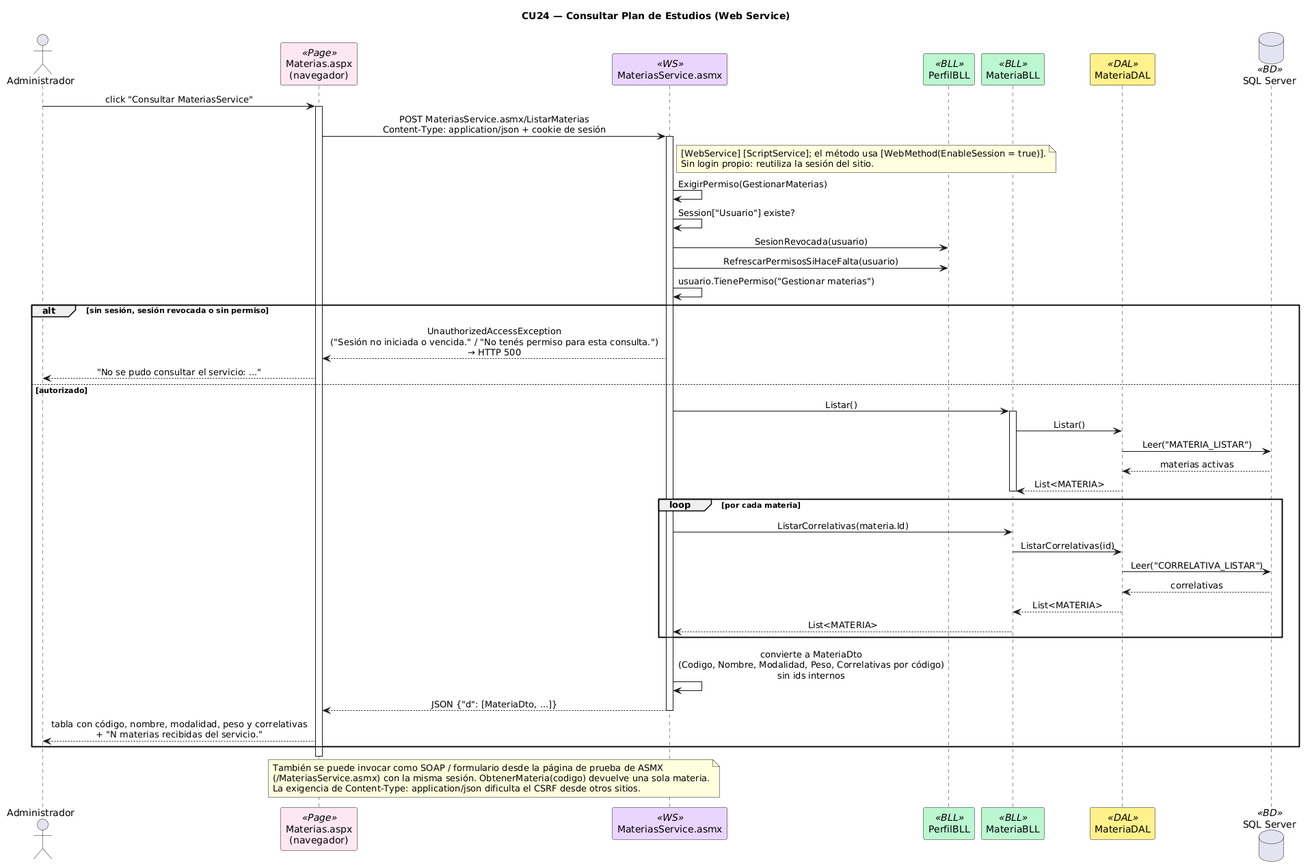
Earlier version of the PlantUML export DIAGRAMAS/Secuencia_CU24_ConsultarPlanWebService.png (Urrels/tpDYAWeb). Its diagram source:
```plantuml
@startuml
title CU24 — Consultar Plan de Estudios (Web Service)
skinparam sequenceMessageAlign center
skinparam shadowing false
skinparam sequenceParticipant {
    BackgroundColor<<Page>> #FCE7F3
    BackgroundColor<<WS>> #E9D5FF
    BackgroundColor<<BLL>> #BBF7D0
    BackgroundColor<<DAL>> #FEF08A
    BackgroundColor<<BD>> #DBEAFE
}

actor Administrador as ADM
participant "Materias.aspx\n(navegador)" as PAGE <<Page>>
participant "MateriasService.asmx" as WS <<WS>>
participant "PerfilBLL" as PBLL <<BLL>>
participant "MateriaBLL" as BLL <<BLL>>
participant "MateriaDAL" as DAL <<DAL>>
database "SQL Server" as DB <<BD>>

ADM -> PAGE : click "Consultar MateriasService"
activate PAGE
PAGE -> WS : POST MateriasService.asmx/ListarMaterias\nContent-Type: application/json + cookie de sesión
activate WS
note right of WS
  [WebService] [ScriptService]; el método usa [WebMethod(EnableSession = true)].
  Sin login propio: reutiliza la sesión del sitio.
end note

WS -> WS : ExigirPermiso(GestionarMaterias)
WS -> WS : Session["Usuario"] existe?
WS -> PBLL : SesionRevocada(usuario)
WS -> PBLL : RefrescarPermisosSiHaceFalta(usuario)
WS -> WS : usuario.TienePermiso("Gestionar materias")

alt sin sesión, sesión revocada o sin permiso
  WS --> PAGE : UnauthorizedAccessException\n("Sesión no iniciada o vencida." / "No tenés permiso para esta consulta.")\n→ HTTP 500
  PAGE --> ADM : "No se pudo consultar el servicio: ..."
else autorizado
  WS -> BLL : Listar()
  activate BLL
  BLL -> DAL : Listar()
  DAL -> DB : Leer("MATERIA_LISTAR")
  DB --> DAL : materias activas
  DAL --> BLL : List<MATERIA>
  deactivate BLL
  loop por cada materia
    WS -> BLL : ListarCorrelativas(materia.Id)
    BLL -> DAL : ListarCorrelativas(id)
    DAL -> DB : Leer("CORRELATIVA_LISTAR")
    DB --> DAL : correlativas
    DAL --> BLL : List<MATERIA>
    BLL --> WS : List<MATERIA>
  end
  WS -> WS : convierte a MateriaDto\n(Codigo, Nombre, Modalidad, Peso, Correlativas por código)\nsin ids internos
  WS --> PAGE : JSON {"d": [MateriaDto, ...]}
  deactivate WS
  PAGE --> ADM : tabla con código, nombre, modalidad, peso y correlativas\n+ "N materias recibidas del servicio."
end
deactivate PAGE

note over PAGE, WS
  También se puede invocar como SOAP / formulario desde la página de prueba de ASMX
  (/MateriasService.asmx) con la misma sesión. ObtenerMateria(codigo) devuelve una sola materia.
  La exigencia de Content-Type: application/json dificulta el CSRF desde otros sitios.
end note
@enduml
```
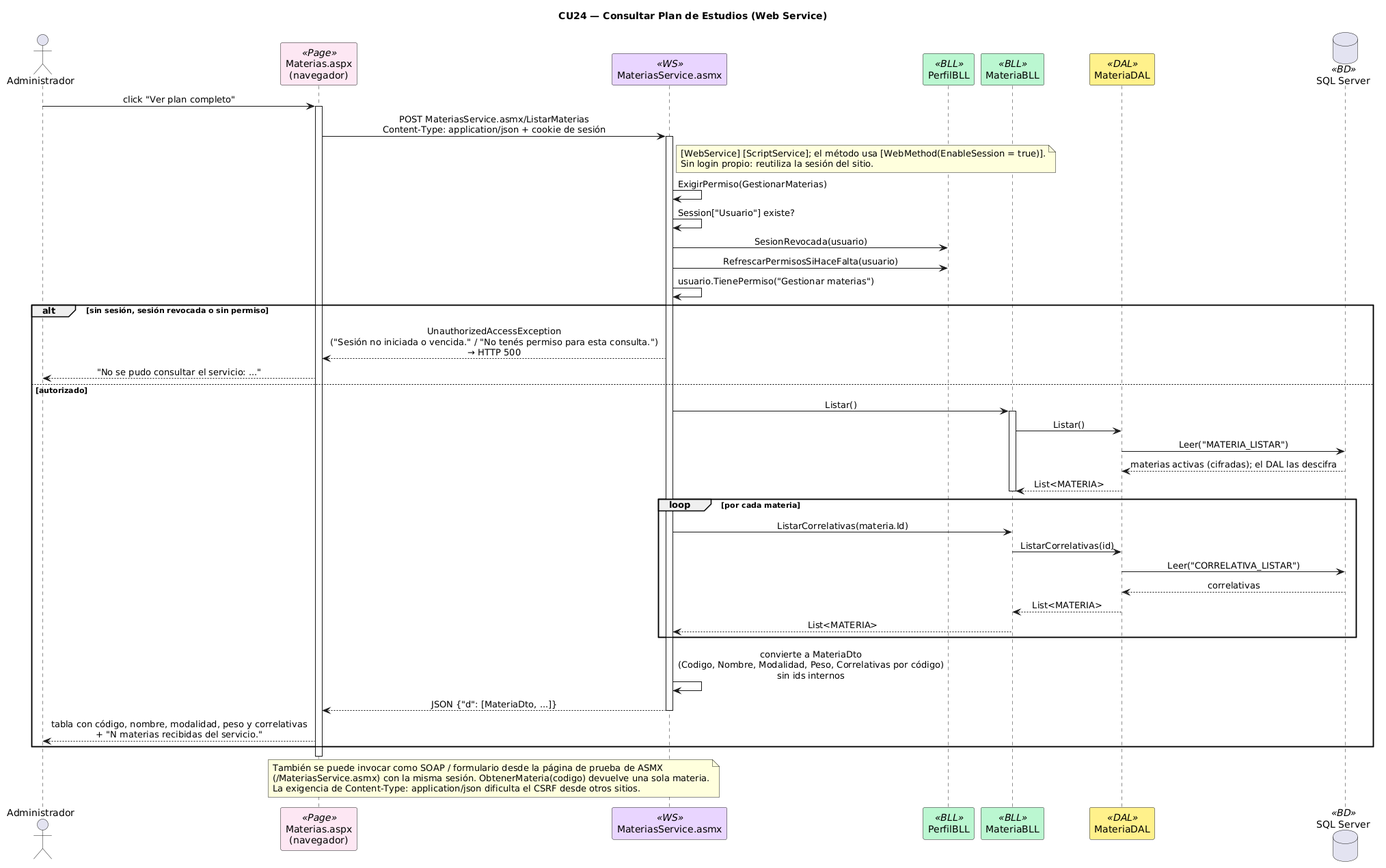
Later version of the same file.

The edit, as a diff of the source:
```diff
@@ -3,13 +3,12 @@
 skinparam sequenceMessageAlign center
 skinparam shadowing false
 skinparam sequenceParticipant {
-    BackgroundColor<<Page>> #FCE7F3
-    BackgroundColor<<WS>> #E9D5FF
-    BackgroundColor<<BLL>> #BBF7D0
-    BackgroundColor<<DAL>> #FEF08A
-    BackgroundColor<<BD>> #DBEAFE
+BackgroundColor<<Page>> #FCE7F3
+BackgroundColor<<WS>> #E9D5FF
+BackgroundColor<<BLL>> #BBF7D0
+BackgroundColor<<DAL>> #FEF08A
+BackgroundColor<<BD>> #DBEAFE
 }
-
 actor Administrador as ADM
 participant "Materias.aspx\n(navegador)" as PAGE <<Page>>
 participant "MateriasService.asmx" as WS <<WS>>
@@ -17,51 +16,47 @@
 participant "MateriaBLL" as BLL <<BLL>>
 participant "MateriaDAL" as DAL <<DAL>>
 database "SQL Server" as DB <<BD>>
-
-ADM -> PAGE : click "Consultar MateriasService"
+ADM -> PAGE : click "Ver plan completo"
 activate PAGE
 PAGE -> WS : POST MateriasService.asmx/ListarMaterias\nContent-Type: application/json + cookie de sesión
 activate WS
 note right of WS
-  [WebService] [ScriptService]; el método usa [WebMethod(EnableSession = true)].
-  Sin login propio: reutiliza la sesión del sitio.
+[WebService] [ScriptService]; el método usa [WebMethod(EnableSession = true)].
+Sin login propio: reutiliza la sesión del sitio.
 end note
-
 WS -> WS : ExigirPermiso(GestionarMaterias)
 WS -> WS : Session["Usuario"] existe?
 WS -> PBLL : SesionRevocada(usuario)
 WS -> PBLL : RefrescarPermisosSiHaceFalta(usuario)
 WS -> WS : usuario.TienePermiso("Gestionar materias")
-
 alt sin sesión, sesión revocada o sin permiso
-  WS --> PAGE : UnauthorizedAccessException\n("Sesión no iniciada o vencida." / "No tenés permiso para esta consulta.")\n→ HTTP 500
-  PAGE --> ADM : "No se pudo consultar el servicio: ..."
+WS --> PAGE : UnauthorizedAccessException\n("Sesión no iniciada o vencida." / "No tenés permiso para esta consulta.")\n→ HTTP 500
+PAGE --> ADM : "No se pudo consultar el servicio: ..."
 else autorizado
-  WS -> BLL : Listar()
-  activate BLL
-  BLL -> DAL : Listar()
-  DAL -> DB : Leer("MATERIA_LISTAR")
-  DB --> DAL : materias activas
-  DAL --> BLL : List<MATERIA>
-  deactivate BLL
-  loop por cada materia
-    WS -> BLL : ListarCorrelativas(materia.Id)
-    BLL -> DAL : ListarCorrelativas(id)
-    DAL -> DB : Leer("CORRELATIVA_LISTAR")
-    DB --> DAL : correlativas
-    DAL --> BLL : List<MATERIA>
-    BLL --> WS : List<MATERIA>
-  end
-  WS -> WS : convierte a MateriaDto\n(Codigo, Nombre, Modalidad, Peso, Correlativas por código)\nsin ids internos
-  WS --> PAGE : JSON {"d": [MateriaDto, ...]}
-  deactivate WS
-  PAGE --> ADM : tabla con código, nombre, modalidad, peso y correlativas\n+ "N materias recibidas del servicio."
+WS -> BLL : Listar()
+activate BLL
+BLL -> DAL : Listar()
+DAL -> DB : Leer("MATERIA_LISTAR")
+DB --> DAL : materias activas (cifradas); el DAL las descifra
+DAL --> BLL : List<MATERIA>
+deactivate BLL
+loop por cada materia
+WS -> BLL : ListarCorrelativas(materia.Id)
+BLL -> DAL : ListarCorrelativas(id)
+DAL -> DB : Leer("CORRELATIVA_LISTAR")
+DB --> DAL : correlativas
+DAL --> BLL : List<MATERIA>
+BLL --> WS : List<MATERIA>
+end
+WS -> WS : convierte a MateriaDto\n(Codigo, Nombre, Modalidad, Peso, Correlativas por código)\nsin ids internos
+WS --> PAGE : JSON {"d": [MateriaDto, ...]}
+deactivate WS
+PAGE --> ADM : tabla con código, nombre, modalidad, peso y correlativas\n+ "N materias recibidas del servicio."
 end
 deactivate PAGE
-
 note over PAGE, WS
-  También se puede invocar como SOAP / formulario desde la página de prueba de ASMX
-  (/MateriasService.asmx) con la misma sesión. ObtenerMateria(codigo) devuelve una sola materia.
-  La exigencia de Content-Type: application/json dificulta el CSRF desde otros sitios.
+También se puede invocar como SOAP / formulario desde la página de prueba de ASMX
+(/MateriasService.asmx) con la misma sesión. ObtenerMateria(codigo) devuelve una sola materia.
+La exigencia de Content-Type: application/json dificulta el CSRF desde otros sitios.
 end note
 @enduml
```
